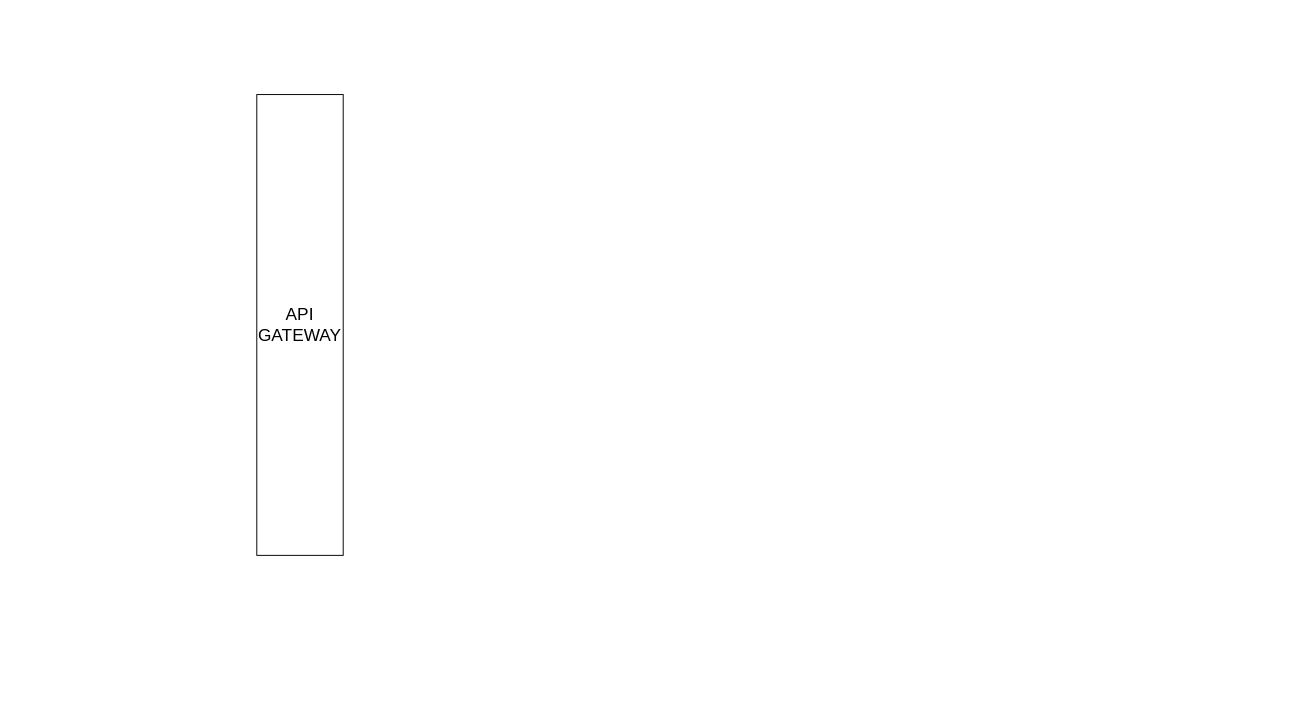
Earlier version of the draw.io diagram FoodieApp_Architecture.drawio (ricson-dev/ricson-dev). Source tidied: cells renumbered, new cells numbered last; positions are measured from the earlier drawing's top-left corner, leaving out a move shared by most shapes. Both pictures are drawn from the tidied source at 96%, with x=0, y=0 at pixel (256, 94).
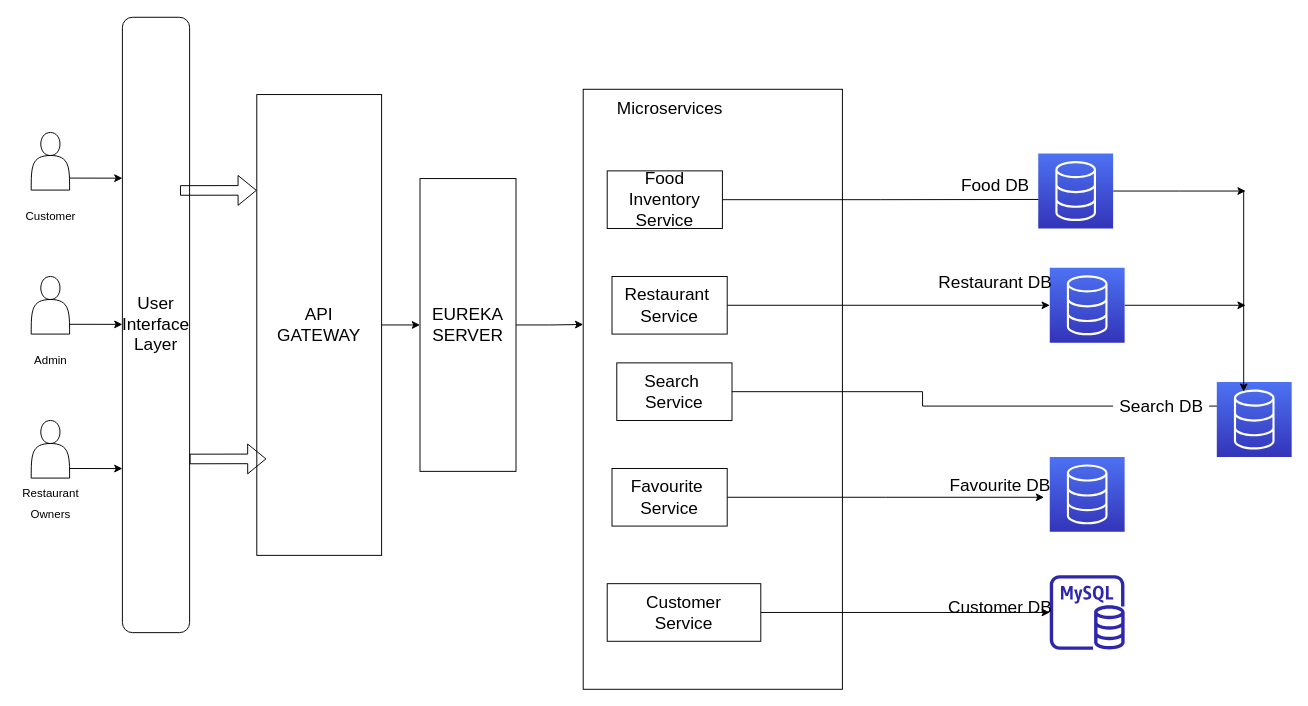
The same page after the edit.

The edit, as a diff of the source:
```diff
@@
+    <mxCell id="3" style="rounded=0;whiteSpace=wrap;html=1;fontSize=18;" parent="1" vertex="1">
+      <mxGeometry x="340" y="-5.5" width="270" height="625" as="geometry" />
+    </mxCell>
+    <mxCell id="4" style="edgeStyle=orthogonalEdgeStyle;rounded=0;jettySize=auto;html=1;entryX=0;entryY=0.5;entryDx=0;entryDy=0;fontSize=18;" parent="1" edge="1" source="2" target="14">
+      <mxGeometry relative="1" as="geometry" />
+    </mxCell>
     <mxCell id="2" value="&lt;font style=&quot;font-size: 18px&quot;&gt;API&lt;br&gt;GATEWAY&lt;/font&gt;" style="rounded=0;whiteSpace=wrap;html=1;" parent="1" vertex="1">
-      <mxGeometry width="90" height="480" as="geometry" />
+      <mxGeometry width="130" height="480" as="geometry" />
     </mxCell>
+    <mxCell id="5" style="shape=actor;whiteSpace=wrap;html=1;fontSize=18;" parent="1" vertex="1">
+      <mxGeometry x="-235" y="39.5" width="40" height="60" as="geometry" />
+    </mxCell>
+    <mxCell id="6" value="&lt;font style=&quot;font-size: 12px&quot;&gt;Customer&lt;/font&gt;" style="text;html=1;align=center;verticalAlign=middle;strokeColor=none;fillColor=none;fontSize=18;" parent="1" vertex="1">
+      <mxGeometry x="-250" y="109.5" width="70" height="30" as="geometry" />
+    </mxCell>
+    <mxCell id="7" style="shape=actor;whiteSpace=wrap;html=1;fontSize=18;" parent="1" vertex="1">
+      <mxGeometry x="-235" y="189.5" width="40" height="60" as="geometry" />
+    </mxCell>
+    <mxCell id="8" value="&lt;span style=&quot;font-size: 12px&quot;&gt;Admin&lt;/span&gt;" style="text;html=1;align=center;verticalAlign=middle;strokeColor=none;fillColor=none;fontSize=18;" parent="1" vertex="1">
+      <mxGeometry x="-240" y="259.5" width="50" height="30" as="geometry" />
+    </mxCell>
+    <mxCell id="9" style="endArrow=classic;html=1;rounded=0;fontSize=12;entryX=0.056;entryY=0.196;entryDx=0;entryDy=0;entryPerimeter=0;" parent="1" edge="1">
+      <mxGeometry relative="1" as="geometry">
+        <mxPoint x="-195" y="87" as="sourcePoint" />
+        <mxPoint x="-140" y="87.1" as="targetPoint" />
+      </mxGeometry>
+    </mxCell>
+    <mxCell id="10" style="shape=actor;whiteSpace=wrap;html=1;fontSize=18;" parent="1" vertex="1">
+      <mxGeometry x="-235" y="339.5" width="40" height="60" as="geometry" />
+    </mxCell>
+    <mxCell id="11" value="&lt;span style=&quot;font-size: 12px&quot;&gt;Restaurant&lt;br&gt;Owners&lt;br&gt;&lt;/span&gt;" style="text;html=1;align=center;verticalAlign=middle;strokeColor=none;fillColor=none;fontSize=18;" parent="1" vertex="1">
+      <mxGeometry x="-250" y="399.5" width="70" height="50" as="geometry" />
+    </mxCell>
+    <mxCell id="12" style="endArrow=classic;html=1;rounded=0;fontSize=12;entryX=0.056;entryY=0.196;entryDx=0;entryDy=0;entryPerimeter=0;" parent="1" edge="1">
+      <mxGeometry relative="1" as="geometry">
+        <mxPoint x="-195" y="389.5" as="sourcePoint" />
+        <mxPoint x="-140" y="389.6" as="targetPoint" />
+      </mxGeometry>
+    </mxCell>
+    <mxCell id="13" style="edgeStyle=orthogonalEdgeStyle;rounded=0;jettySize=auto;html=1;entryX=0;entryY=0.392;entryDx=0;entryDy=0;entryPerimeter=0;fontSize=18;" parent="1" edge="1" source="14" target="3">
+      <mxGeometry relative="1" as="geometry" />
+    </mxCell>
+    <mxCell id="14" value="&lt;font style=&quot;font-size: 18px&quot;&gt;EUREKA SERVER&lt;/font&gt;" style="rounded=0;whiteSpace=wrap;html=1;fontSize=12;" parent="1" vertex="1">
+      <mxGeometry x="170" y="87.5" width="100" height="305" as="geometry" />
+    </mxCell>
+    <mxCell id="15" style="edgeStyle=orthogonalEdgeStyle;rounded=0;jettySize=auto;html=1;entryX=0.401;entryY=0.612;entryDx=0;entryDy=0;entryPerimeter=0;fontSize=18;" parent="1" edge="1" source="16" target="27">
+      <mxGeometry relative="1" as="geometry" />
+    </mxCell>
+    <mxCell id="16" value="Food Inventory Service" style="rounded=0;whiteSpace=wrap;html=1;fontSize=18;" parent="1" vertex="1">
+      <mxGeometry x="365" y="79.5" width="120" height="60" as="geometry" />
+    </mxCell>
+    <mxCell id="17" style="edgeStyle=orthogonalEdgeStyle;rounded=0;jettySize=auto;html=1;fontSize=18;" parent="1" edge="1" source="18" target="29">
+      <mxGeometry relative="1" as="geometry" />
+    </mxCell>
+    <mxCell id="18" value="Restaurant&amp;nbsp;&lt;br&gt;Service" style="rounded=0;whiteSpace=wrap;html=1;fontSize=18;" parent="1" vertex="1">
+      <mxGeometry x="370" y="189.5" width="120" height="60" as="geometry" />
+    </mxCell>
+    <mxCell id="19" style="edgeStyle=orthogonalEdgeStyle;rounded=0;jettySize=auto;html=1;fontSize=18;" parent="1" edge="1" source="20">
+      <mxGeometry relative="1" as="geometry">
+        <mxPoint x="820" y="419.5" as="targetPoint" />
+      </mxGeometry>
+    </mxCell>
+    <mxCell id="20" value="Favourite&amp;nbsp;&lt;br&gt;Service" style="rounded=0;whiteSpace=wrap;html=1;fontSize=18;" parent="1" vertex="1">
+      <mxGeometry x="370" y="389.5" width="120" height="60" as="geometry" />
+    </mxCell>
+    <mxCell id="21" style="edgeStyle=orthogonalEdgeStyle;rounded=0;jettySize=auto;html=1;fontSize=18;" parent="1" edge="1" source="22" target="30">
+      <mxGeometry relative="1" as="geometry" />
+    </mxCell>
+    <mxCell id="22" value="Customer&lt;br&gt;Service" style="rounded=0;whiteSpace=wrap;html=1;fontSize=18;" parent="1" vertex="1">
+      <mxGeometry x="365" y="509.5" width="160" height="60" as="geometry" />
+    </mxCell>
+    <mxCell id="23" style="edgeStyle=orthogonalEdgeStyle;rounded=0;jettySize=auto;html=1;entryX=0;entryY=0.5;entryDx=0;entryDy=0;entryPerimeter=0;fontSize=18;startArrow=none;" parent="1" edge="1" source="36" target="33">
+      <mxGeometry relative="1" as="geometry" />
+    </mxCell>
+    <mxCell id="24" value="Search&amp;nbsp;&lt;br&gt;Service" style="rounded=0;whiteSpace=wrap;html=1;fontSize=18;" parent="1" vertex="1">
+      <mxGeometry x="375" y="279.5" width="120" height="60" as="geometry" />
+    </mxCell>
+    <mxCell id="25" value="Microservices" style="text;html=1;align=center;verticalAlign=middle;strokeColor=none;fillColor=none;fontSize=18;" parent="1" vertex="1">
+      <mxGeometry x="365" y="-0.5" width="130" height="30" as="geometry" />
+    </mxCell>
+    <mxCell id="26" style="edgeStyle=orthogonalEdgeStyle;rounded=0;jettySize=auto;html=1;fontSize=18;" parent="1" edge="1" source="27">
+      <mxGeometry relative="1" as="geometry">
+        <mxPoint x="1030" y="100.5" as="targetPoint" />
+      </mxGeometry>
+    </mxCell>
+    <mxCell id="27" style="sketch=0;points=[[0,0,0],[0.25,0,0],[0.5,0,0],[0.75,0,0],[1,0,0],[0,1,0],[0.25,1,0],[0.5,1,0],[0.75,1,0],[1,1,0],[0,0.25,0],[0,0.5,0],[0,0.75,0],[1,0.25,0],[1,0.5,0],[1,0.75,0]];outlineConnect=0;fontColor=#232F3E;gradientColor=#4D72F3;gradientDirection=north;fillColor=#3334B9;strokeColor=#ffffff;dashed=0;verticalLabelPosition=bottom;verticalAlign=top;align=center;html=1;fontSize=12;fontStyle=0;shape=mxgraph.aws4.resourceIcon;resIcon=mxgraph.aws4.database;" parent="1" vertex="1">
+      <mxGeometry x="814" y="61.5" width="78" height="78" as="geometry" />
+    </mxCell>
+    <mxCell id="28" style="edgeStyle=orthogonalEdgeStyle;rounded=0;jettySize=auto;html=1;fontSize=18;" parent="1" edge="1" source="29">
+      <mxGeometry relative="1" as="geometry">
+        <mxPoint x="1030" y="219.5" as="targetPoint" />
+      </mxGeometry>
+    </mxCell>
+    <mxCell id="29" style="sketch=0;points=[[0,0,0],[0.25,0,0],[0.5,0,0],[0.75,0,0],[1,0,0],[0,1,0],[0.25,1,0],[0.5,1,0],[0.75,1,0],[1,1,0],[0,0.25,0],[0,0.5,0],[0,0.75,0],[1,0.25,0],[1,0.5,0],[1,0.75,0]];outlineConnect=0;fontColor=#232F3E;gradientColor=#4D72F3;gradientDirection=north;fillColor=#3334B9;strokeColor=#ffffff;dashed=0;verticalLabelPosition=bottom;verticalAlign=top;align=center;html=1;fontSize=12;fontStyle=0;shape=mxgraph.aws4.resourceIcon;resIcon=mxgraph.aws4.database;" parent="1" vertex="1">
+      <mxGeometry x="826" y="180.5" width="78" height="78" as="geometry" />
+    </mxCell>
+    <mxCell id="30" style="sketch=0;outlineConnect=0;fontColor=#232F3E;gradientColor=none;fillColor=#2E27AD;strokeColor=none;dashed=0;verticalLabelPosition=bottom;verticalAlign=top;align=center;html=1;fontSize=12;fontStyle=0;shape=mxgraph.aws4.rds_mysql_instance;" parent="1" vertex="1">
+      <mxGeometry x="826" y="500.5" width="78" height="78" as="geometry" />
+    </mxCell>
+    <mxCell id="31" value="Restaurant DB" style="text;html=1;align=center;verticalAlign=middle;strokeColor=none;fillColor=none;fontSize=18;" parent="1" vertex="1">
+      <mxGeometry x="704" y="180.5" width="130" height="30" as="geometry" />
+    </mxCell>
+    <mxCell id="32" value="Food DB" style="text;html=1;align=center;verticalAlign=middle;strokeColor=none;fillColor=none;fontSize=18;" parent="1" vertex="1">
+      <mxGeometry x="724" y="79.5" width="90" height="30" as="geometry" />
+    </mxCell>
+    <mxCell id="33" style="sketch=0;points=[[0,0,0],[0.25,0,0],[0.5,0,0],[0.75,0,0],[1,0,0],[0,1,0],[0.25,1,0],[0.5,1,0],[0.75,1,0],[1,1,0],[0,0.25,0],[0,0.5,0],[0,0.75,0],[1,0.25,0],[1,0.5,0],[1,0.75,0]];outlineConnect=0;fontColor=#232F3E;gradientColor=#4D72F3;gradientDirection=north;fillColor=#3334B9;strokeColor=#ffffff;dashed=0;verticalLabelPosition=bottom;verticalAlign=top;align=center;html=1;fontSize=12;fontStyle=0;shape=mxgraph.aws4.resourceIcon;resIcon=mxgraph.aws4.database;" parent="1" vertex="1">
+      <mxGeometry x="1000" y="299.5" width="78" height="78" as="geometry" />
+    </mxCell>
+    <mxCell id="34" style="endArrow=classic;html=1;rounded=0;fontSize=18;" parent="1" edge="1">
+      <mxGeometry relative="1" as="geometry">
+        <mxPoint x="1028" y="99.5" as="sourcePoint" />
+        <mxPoint x="1028" y="309.5" as="targetPoint" />
+      </mxGeometry>
+    </mxCell>
+    <mxCell id="35" style="sketch=0;fontColor=#232F3E;gradientColor=#4D72F3;gradientDirection=north;fillColor=#3334B9;strokeColor=#ffffff;dashed=0;verticalLabelPosition=bottom;verticalAlign=top;align=center;html=1;fontSize=12;fontStyle=0;shape=mxgraph.aws4.resourceIcon;resIcon=mxgraph.aws4.database;" parent="1" vertex="1">
+      <mxGeometry x="826" y="377.5" width="78" height="78" as="geometry" />
+    </mxCell>
+    <mxCell id="36" value="Search DB" style="text;html=1;align=center;verticalAlign=middle;points=[];strokeColor=none;fillColor=none;fontSize=18;" parent="1" vertex="1">
+      <mxGeometry x="892" y="309.5" width="100" height="30" as="geometry" />
+    </mxCell>
+    <mxCell id="37" style="edgeStyle=orthogonalEdgeStyle;rounded=0;jettySize=auto;html=1;entryX=0;entryY=0.5;entryDx=0;entryDy=0;entryPerimeter=0;fontSize=18;endArrow=none;" parent="1" edge="1" source="24" target="36">
+      <mxGeometry relative="1" as="geometry" />
+    </mxCell>
+    <mxCell id="38" value="Favourite DB" style="text;html=1;align=center;verticalAlign=middle;strokeColor=none;fillColor=none;fontSize=18;" parent="1" vertex="1">
+      <mxGeometry x="714" y="392" width="120" height="30" as="geometry" />
+    </mxCell>
+    <mxCell id="39" value="Customer DB" style="text;html=1;align=center;verticalAlign=middle;strokeColor=none;fillColor=none;fontSize=18;" parent="1" vertex="1">
+      <mxGeometry x="714" y="519.5" width="120" height="30" as="geometry" />
+    </mxCell>
+    <mxCell id="40" value="User&lt;br&gt;Interface&lt;br&gt;Layer" style="rounded=1;whiteSpace=wrap;html=1;fontSize=18;" parent="1" vertex="1">
+      <mxGeometry x="-140" y="-80.5" width="70" height="641" as="geometry" />
+    </mxCell>
+    <mxCell id="41" style="endArrow=classic;html=1;rounded=0;fontSize=12;entryX=0.056;entryY=0.196;entryDx=0;entryDy=0;entryPerimeter=0;" parent="1" edge="1">
+      <mxGeometry relative="1" as="geometry">
+        <mxPoint x="-195" y="239.3" as="sourcePoint" />
+        <mxPoint x="-140" y="239.4" as="targetPoint" />
+      </mxGeometry>
+    </mxCell>
+    <mxCell id="42" style="shape=flexArrow;endArrow=classic;html=1;rounded=0;fontSize=18;entryX=0.077;entryY=0.582;entryDx=0;entryDy=0;entryPerimeter=0;" parent="1" edge="1">
+      <mxGeometry relative="1" as="geometry">
+        <mxPoint x="-80" y="99.9" as="sourcePoint" />
+        <mxPoint y="99.8" as="targetPoint" />
+      </mxGeometry>
+    </mxCell>
+    <mxCell id="43" style="shape=flexArrow;endArrow=classic;html=1;rounded=0;fontSize=18;entryX=0.077;entryY=0.582;entryDx=0;entryDy=0;entryPerimeter=0;" parent="1" edge="1">
+      <mxGeometry relative="1" as="geometry">
+        <mxPoint x="-70" y="379.6" as="sourcePoint" />
+        <mxPoint x="10" y="379.5" as="targetPoint" />
+      </mxGeometry>
+    </mxCell>
```
